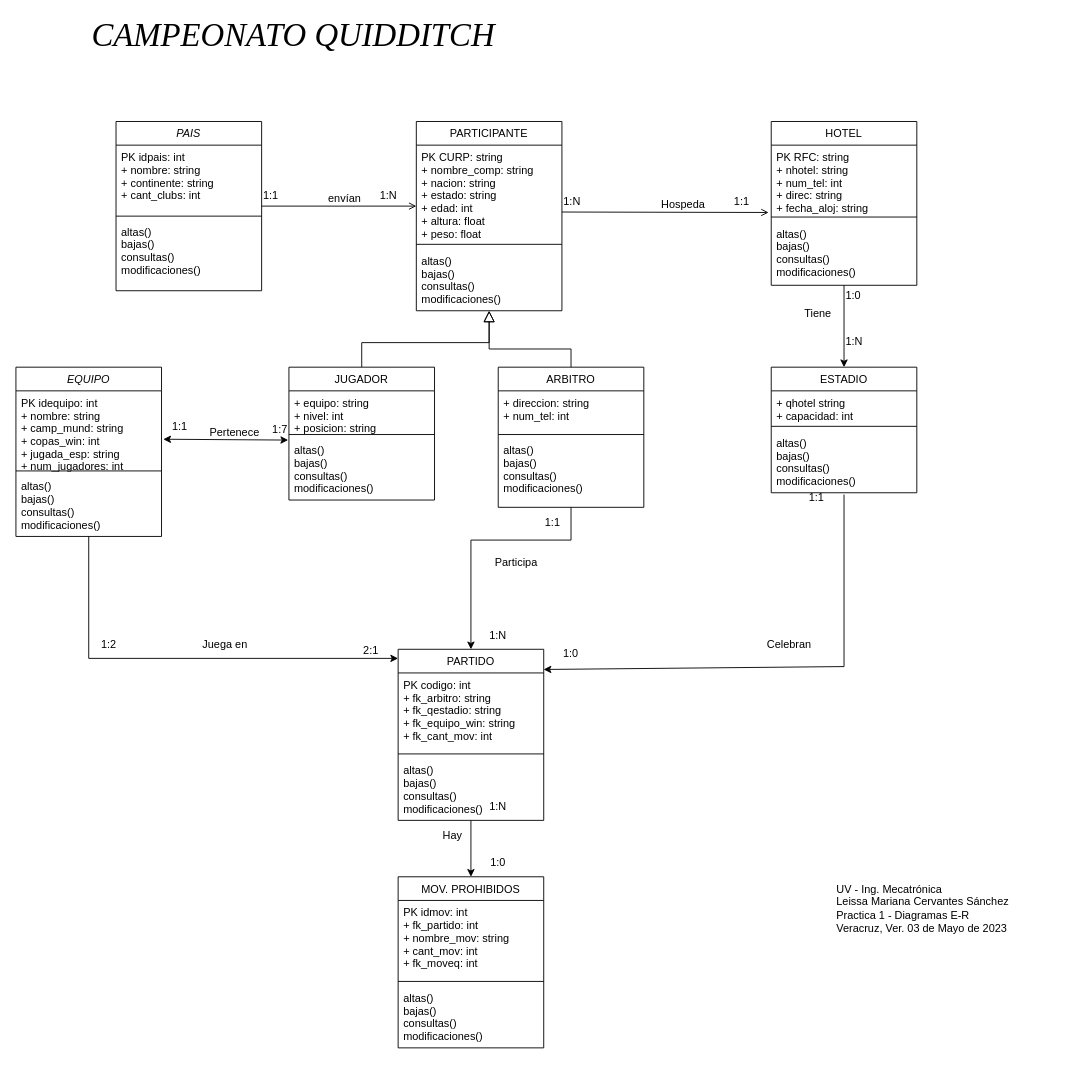
Above: Proyecto/1er_avance_LMCS.drawio in leissacerv/TAI (draw.io), before the change. Source tidied: cells renumbered, new cells numbered last; positions are measured from the earlier drawing's top-left corner, leaving out a move shared by most shapes. Both pictures are drawn from the tidied source at 91%, with x=0, y=0 at pixel (15, 21).
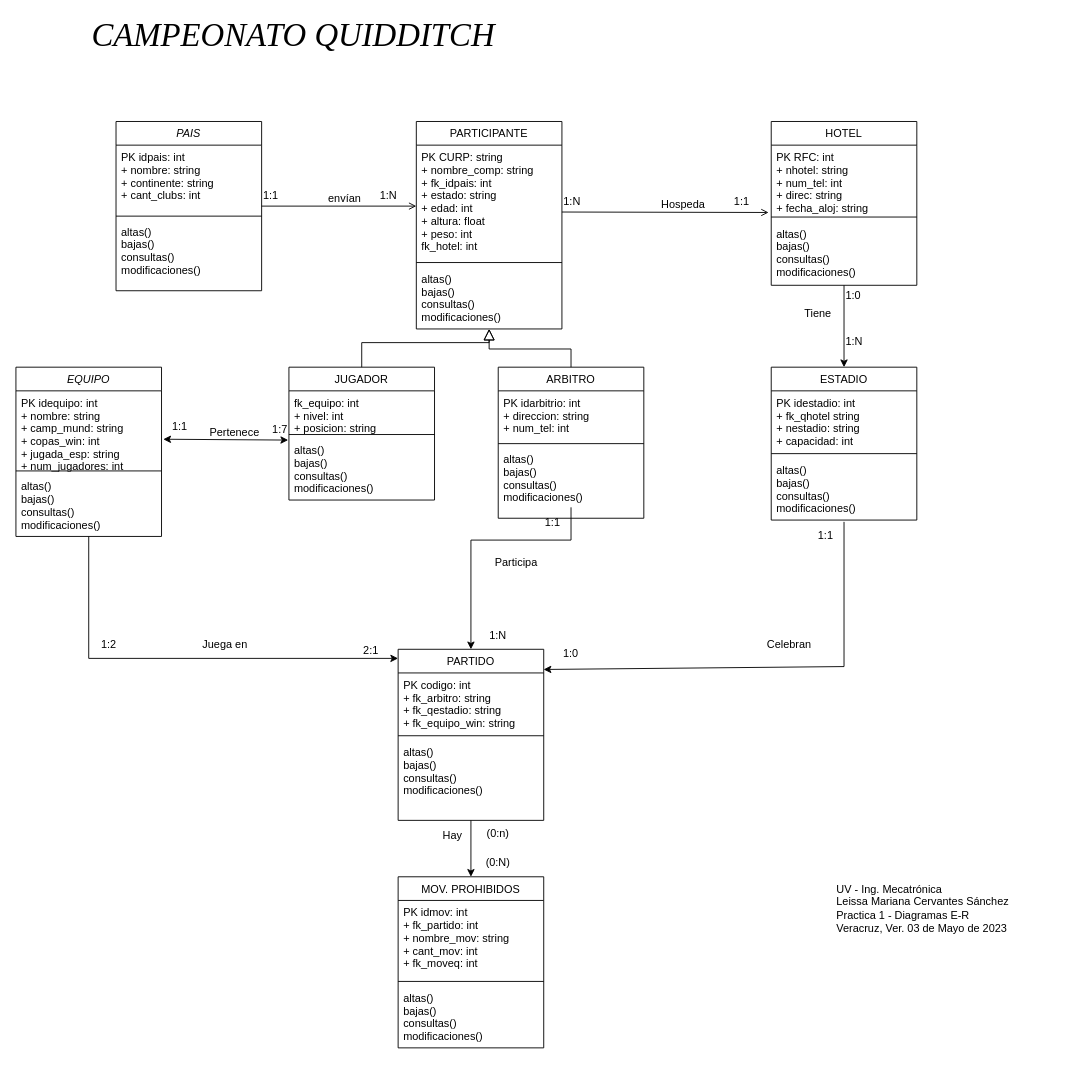
The same diagram, later.

The change refers to these unchanged cells:
```xml
<mxCell id="11" value="JUGADOR" style="swimlane;fontStyle=0;align=center;verticalAlign=top;horizontal=1;startSize=26;rounded=0;shadow=0;strokeWidth=1;" parent="1" vertex="1">
  <mxGeometry x="300" y="380" width="160" height="146" as="geometry" />
</mxCell>
<mxCell id="29" value="HOTEL" style="swimlane;fontStyle=0;align=center;verticalAlign=top;horizontal=1;startSize=26;rounded=0;shadow=0;strokeWidth=1;" parent="1" vertex="1">
  <mxGeometry x="830" y="110" width="160" height="180" as="geometry" />
</mxCell>
<mxCell id="48" value="PARTIDO" style="swimlane;fontStyle=0;align=center;verticalAlign=top;horizontal=1;startSize=26;rounded=0;shadow=0;strokeWidth=1;" parent="1" vertex="1">
  <mxGeometry x="420" y="690" width="160" height="188" as="geometry" />
</mxCell>
```

The edit, as a diff of the source:
```diff
@@
     <mxCell id="6" value="ARBITRO" style="swimlane;fontStyle=0;align=center;verticalAlign=top;horizontal=1;startSize=26;rounded=0;shadow=0;strokeWidth=1;" parent="1" vertex="1">
-      <mxGeometry x="530" y="380" width="160" height="154" as="geometry" />
+      <mxGeometry x="530" y="380" width="160" height="166" as="geometry" />
     </mxCell>
-    <mxCell id="7" value="+ direccion: string&#10;+ num_tel: int" style="text;align=left;verticalAlign=top;spacingLeft=4;spacingRight=4;overflow=hidden;" parent="6" vertex="1">
-      <mxGeometry y="26" width="160" height="44" as="geometry" />
+    <mxCell id="7" value="PK idarbitrio: int&#10;+ direccion: string&#10;+ num_tel: int" style="text;align=left;verticalAlign=top;spacingLeft=4;spacingRight=4;overflow=hidden;" parent="6" vertex="1">
+      <mxGeometry y="26" width="160" height="54" as="geometry" />
     </mxCell>
     <mxCell id="8" style="line;html=1;strokeWidth=1;align=left;verticalAlign=middle;spacingTop=-1;spacingLeft=3;spacingRight=3;labelPosition=right;" parent="6" vertex="1">
-      <mxGeometry y="70" width="160" height="8" as="geometry" />
+      <mxGeometry y="80" width="160" height="8" as="geometry" />
     </mxCell>
     <mxCell id="9" value="altas()&#10;bajas()&#10;consultas()&#10;modificaciones()&#10;" style="text;align=left;verticalAlign=top;spacingLeft=4;spacingRight=4;overflow=hidden;" parent="6" vertex="1">
-      <mxGeometry y="78" width="160" height="68" as="geometry" />
+      <mxGeometry y="88" width="160" height="68" as="geometry" />
     </mxCell>
@@
-    <mxCell id="12" value="+ equipo: string&#10;+ nivel: int&#10;+ posicion: string&#10;" style="text;align=left;verticalAlign=top;spacingLeft=4;spacingRight=4;overflow=hidden;" parent="11" vertex="1">
+    <mxCell id="12" value="fk_equipo: int&#10;+ nivel: int&#10;+ posicion: string&#10;" style="text;align=left;verticalAlign=top;spacingLeft=4;spacingRight=4;overflow=hidden;" parent="11" vertex="1">
       <mxGeometry y="26" width="160" height="44" as="geometry" />
     </mxCell>
@@
     <mxCell id="16" value="PARTICIPANTE" style="swimlane;fontStyle=0;align=center;verticalAlign=top;horizontal=1;startSize=26;rounded=0;shadow=0;strokeWidth=1;" parent="1" vertex="1">
-      <mxGeometry x="440" y="110" width="160" height="208" as="geometry" />
+      <mxGeometry x="440" y="110" width="160" height="228" as="geometry" />
     </mxCell>
-    <mxCell id="17" value="PK CURP: string&#10;+ nombre_comp: string&#10;+ nacion: string&#10;+ estado: string&#10;+ edad: int&#10;+ altura: float&#10;+ peso: float" style="text;align=left;verticalAlign=top;spacingLeft=4;spacingRight=4;overflow=hidden;" parent="16" vertex="1">
-      <mxGeometry y="26" width="160" height="104" as="geometry" />
+    <mxCell id="17" value="PK CURP: string&#10;+ nombre_comp: string&#10;+ fk_idpais: int&#10;+ estado: string&#10;+ edad: int&#10;+ altura: float&#10;+ peso: int&#10;fk_hotel: int" style="text;align=left;verticalAlign=top;spacingLeft=4;spacingRight=4;overflow=hidden;" parent="16" vertex="1">
+      <mxGeometry y="26" width="160" height="124" as="geometry" />
     </mxCell>
     <mxCell id="18" style="line;html=1;strokeWidth=1;align=left;verticalAlign=middle;spacingTop=-1;spacingLeft=3;spacingRight=3;labelPosition=right;" parent="16" vertex="1">
-      <mxGeometry y="130" width="160" height="10" as="geometry" />
+      <mxGeometry y="150" width="160" height="10" as="geometry" />
     </mxCell>
     <mxCell id="19" value="altas()&#10;bajas()&#10;consultas()&#10;modificaciones()&#10;" style="text;align=left;verticalAlign=top;spacingLeft=4;spacingRight=4;overflow=hidden;" parent="16" vertex="1">
-      <mxGeometry y="140" width="160" height="68" as="geometry" />
+      <mxGeometry y="160" width="160" height="68" as="geometry" />
     </mxCell>
@@
-    <mxCell id="30" value="PK RFC: string&#10;+ nhotel: string&#10;+ num_tel: int&#10;+ direc: string&#10;+ fecha_aloj: string" style="text;align=left;verticalAlign=top;spacingLeft=4;spacingRight=4;overflow=hidden;points=[[0,0.5],[1,0.5]];portConstraint=eastwest;" parent="29" vertex="1">
+    <mxCell id="30" value="PK RFC: int&#10;+ nhotel: string&#10;+ num_tel: int&#10;+ direc: string&#10;+ fecha_aloj: string" style="text;align=left;verticalAlign=top;spacingLeft=4;spacingRight=4;overflow=hidden;points=[[0,0.5],[1,0.5]];portConstraint=eastwest;" parent="29" vertex="1">
       <mxGeometry y="26" width="160" height="74" as="geometry" />
     </mxCell>
@@
     <mxCell id="33" value="ESTADIO" style="swimlane;fontStyle=0;align=center;verticalAlign=top;horizontal=1;startSize=26;rounded=0;shadow=0;strokeWidth=1;" parent="1" vertex="1">
-      <mxGeometry x="830" y="380" width="160" height="138" as="geometry" />
+      <mxGeometry x="830" y="380" width="160" height="168" as="geometry" />
     </mxCell>
-    <mxCell id="34" value="+ qhotel string&#10;+ capacidad: int" style="text;align=left;verticalAlign=top;spacingLeft=4;spacingRight=4;overflow=hidden;" parent="33" vertex="1">
-      <mxGeometry y="26" width="160" height="34" as="geometry" />
+    <mxCell id="34" value="PK idestadio: int&#10;+ fk_qhotel string&#10;+ nestadio: string&#10;+ capacidad: int" style="text;align=left;verticalAlign=top;spacingLeft=4;spacingRight=4;overflow=hidden;" parent="33" vertex="1">
+      <mxGeometry y="26" width="160" height="64" as="geometry" />
     </mxCell>
     <mxCell id="35" style="line;html=1;strokeWidth=1;align=left;verticalAlign=middle;spacingTop=-1;spacingLeft=3;spacingRight=3;labelPosition=right;" parent="33" vertex="1">
-      <mxGeometry y="60" width="160" height="10" as="geometry" />
+      <mxGeometry y="90" width="160" height="10" as="geometry" />
     </mxCell>
     <mxCell id="36" value="altas()&#10;bajas()&#10;consultas()&#10;modificaciones()&#10;" style="text;align=left;verticalAlign=top;spacingLeft=4;spacingRight=4;overflow=hidden;points=[[0,0.5],[1,0.5]];portConstraint=eastwest;" parent="33" vertex="1">
-      <mxGeometry y="70" width="160" height="68" as="geometry" />
+      <mxGeometry y="100" width="160" height="68" as="geometry" />
     </mxCell>
@@
-    <mxCell id="49" value="PK codigo: int&#10;+ fk_arbitro: string&#10;+ fk_qestadio: string&#10;+ fk_equipo_win: string&#10;+ fk_cant_mov: int" style="text;align=left;verticalAlign=top;spacingLeft=4;spacingRight=4;overflow=hidden;" parent="48" vertex="1">
-      <mxGeometry y="26" width="160" height="84" as="geometry" />
+    <mxCell id="49" value="PK codigo: int&#10;+ fk_arbitro: string&#10;+ fk_qestadio: string&#10;+ fk_equipo_win: string" style="text;align=left;verticalAlign=top;spacingLeft=4;spacingRight=4;overflow=hidden;" parent="48" vertex="1">
+      <mxGeometry y="26" width="160" height="64" as="geometry" />
     </mxCell>
     <mxCell id="50" style="line;html=1;strokeWidth=1;align=left;verticalAlign=middle;spacingTop=-1;spacingLeft=3;spacingRight=3;labelPosition=right;" parent="48" vertex="1">
-      <mxGeometry y="110" width="160" height="10" as="geometry" />
+      <mxGeometry y="90" width="160" height="10" as="geometry" />
     </mxCell>
     <mxCell id="51" value="altas()&#10;bajas()&#10;consultas()&#10;modificaciones()&#10;" style="text;align=left;verticalAlign=top;spacingLeft=4;spacingRight=4;overflow=hidden;" parent="48" vertex="1">
-      <mxGeometry y="120" width="160" height="68" as="geometry" />
+      <mxGeometry y="100" width="160" height="68" as="geometry" />
     </mxCell>
@@
     <mxCell id="61" value="1:1" style="text;html=1;strokeColor=none;fillColor=none;align=center;verticalAlign=middle;whiteSpace=wrap;rounded=0;" parent="1" vertex="1">
-      <mxGeometry x="850" y="508" width="60" height="30" as="geometry" />
+      <mxGeometry x="860" y="550" width="60" height="30" as="geometry" />
     </mxCell>
@@
-    <mxCell id="69" value="1:N" style="text;html=1;strokeColor=none;fillColor=none;align=center;verticalAlign=middle;whiteSpace=wrap;rounded=0;" parent="1" vertex="1">
-      <mxGeometry x="500" y="848" width="60" height="30" as="geometry" />
+    <mxCell id="69" value="(0:n)" style="text;html=1;strokeColor=none;fillColor=none;align=center;verticalAlign=middle;whiteSpace=wrap;rounded=0;" parent="1" vertex="1">
+      <mxGeometry x="500" y="878" width="60" height="30" as="geometry" />
     </mxCell>
-    <mxCell id="70" value="1:0" style="text;html=1;strokeColor=none;fillColor=none;align=center;verticalAlign=middle;whiteSpace=wrap;rounded=0;" parent="1" vertex="1">
+    <mxCell id="70" value="(0:N)" style="text;html=1;strokeColor=none;fillColor=none;align=center;verticalAlign=middle;whiteSpace=wrap;rounded=0;" parent="1" vertex="1">
       <mxGeometry x="500" y="910" width="60" height="30" as="geometry" />
     </mxCell>
```
